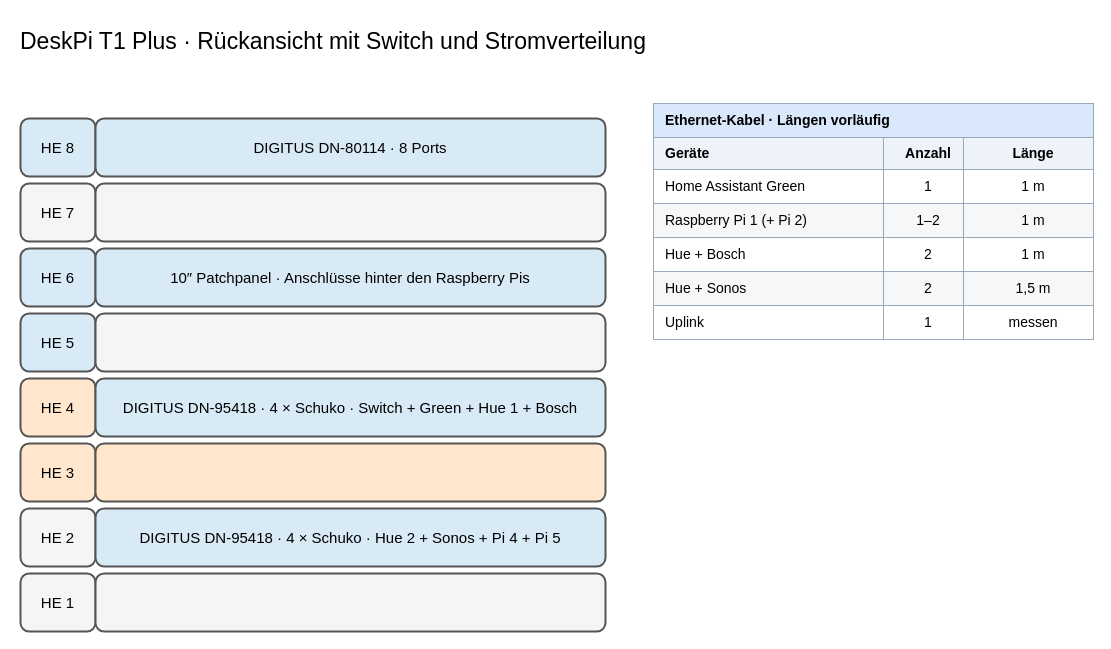
This is page "DeskPi 8 HE – Rückseite" (3 of 5) of 10-zoll-rack-planung.drawio from tiptronic/diagrams, a draw.io file, before an edit. Source tidied: cells renumbered, new cells numbered last; positions are measured from the earlier drawing's top-left corner, leaving out a move shared by most shapes. Both pictures are drawn from the tidied source at 100%, with x=0, y=0 at pixel (18, 18).
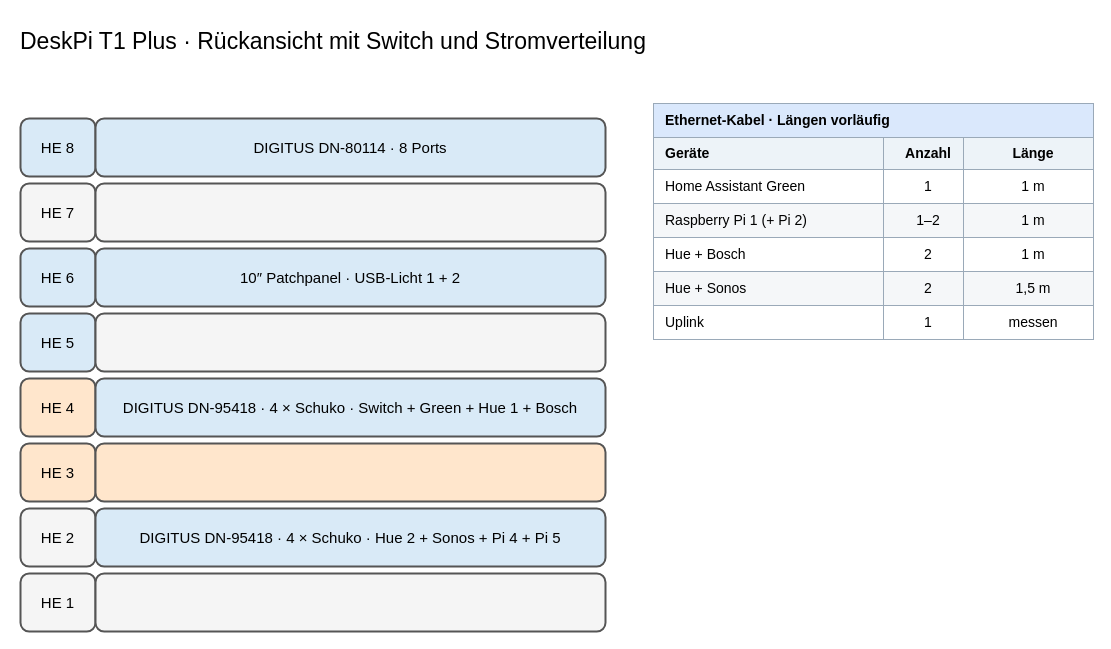
The same diagram, later.

Commit message (it also covers changes not shown here):
Use direct Raspberry Pi port access

Diff of the diagram source:
```diff
@@
-    <mxCell id="8" value="10″ Patchpanel · Anschlüsse hinter den Raspberry Pis" style="rounded=1;whiteSpace=wrap;html=1;align=center;verticalAlign=middle;strokeWidth=2;fontSize=15;fillColor=#d9eaf7;strokeColor=#555555;" parent="1" vertex="1">
+    <mxCell id="8" value="10″ Patchpanel · USB-Licht 1 + 2" style="rounded=1;whiteSpace=wrap;html=1;align=center;verticalAlign=middle;strokeWidth=2;fontSize=15;fillColor=#d9eaf7;strokeColor=#555555;" parent="1" vertex="1">
       <mxGeometry x="77" y="230" width="510" height="58" as="geometry" />
     </mxCell>
```
